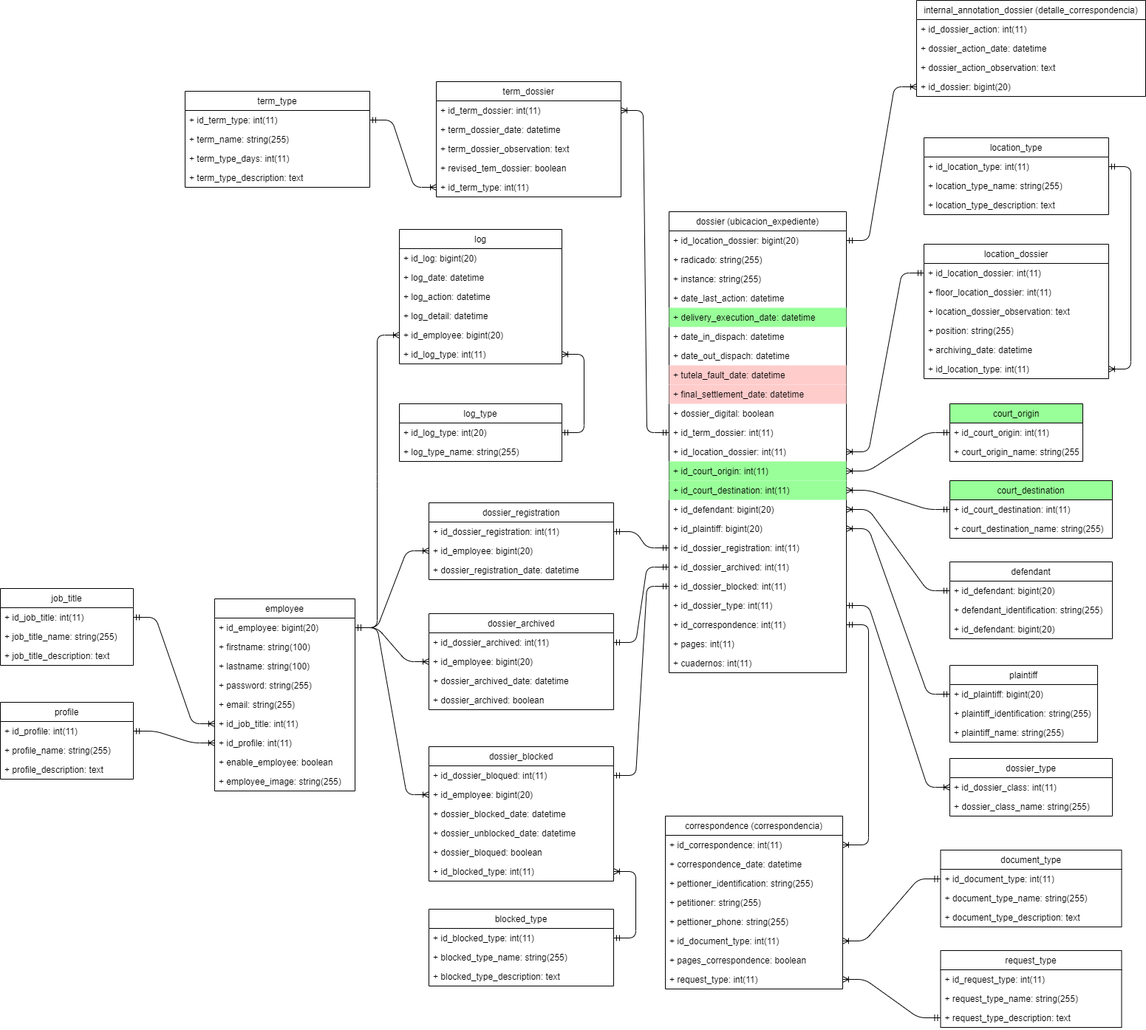
The draw.io diagram laborales/database/laborales.drawio.png in jonanv/ejecucion2, before a commit. Source tidied: cells renumbered, new cells last; positions are measured from the earlier drawing's top-left corner, leaving out a move shared by most shapes.
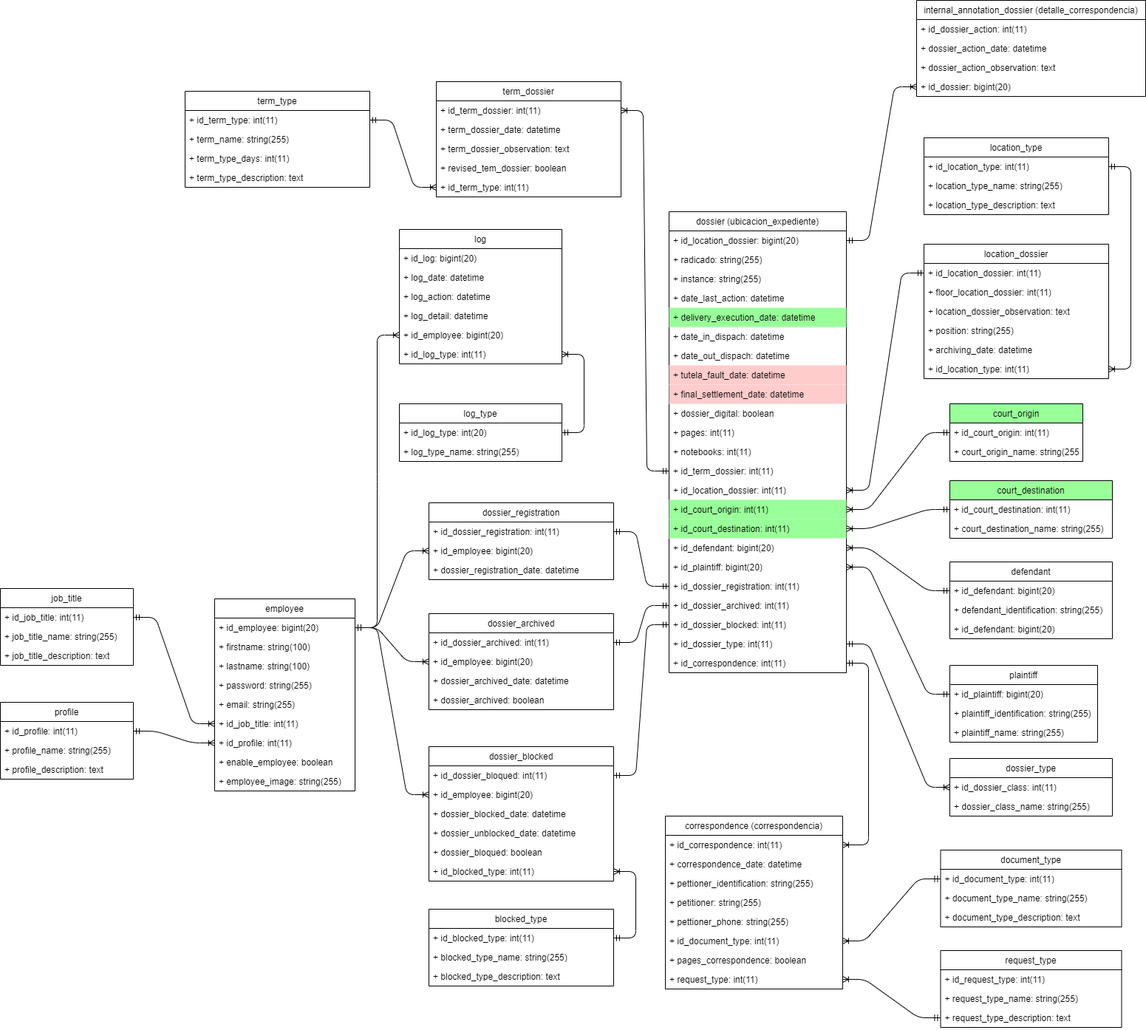
After the change.

The edit, as a diff of the source:
```diff
@@ -137,45 +137,45 @@
     <mxCell id="46" value="+ dossier_digital: boolean" style="text;strokeColor=none;fillColor=none;align=left;verticalAlign=top;spacingLeft=4;spacingRight=4;overflow=hidden;" parent="36" vertex="1">
       <mxGeometry y="260" width="240" height="26" as="geometry" />
     </mxCell>
+    <mxCell id="58" value="+ pages: int(11)" style="text;strokeColor=none;fillColor=none;align=left;verticalAlign=top;spacingLeft=4;spacingRight=4;overflow=hidden;" parent="36" vertex="1">
+      <mxGeometry y="286" width="240" height="26" as="geometry" />
+    </mxCell>
+    <mxCell id="59" value="+ notebooks: int(11)" style="text;strokeColor=none;fillColor=none;align=left;verticalAlign=top;spacingLeft=4;spacingRight=4;overflow=hidden;" parent="36" vertex="1">
+      <mxGeometry y="312" width="240" height="26" as="geometry" />
+    </mxCell>
     <mxCell id="47" value="+ id_term_dossier: int(11)" style="text;strokeColor=none;fillColor=none;align=left;verticalAlign=top;spacingLeft=4;spacingRight=4;overflow=hidden;points=[[0,0.5],[1,0.5]];portConstraint=eastwest;" parent="36" vertex="1">
-      <mxGeometry y="286" width="240" height="26" as="geometry" />
+      <mxGeometry y="338" width="240" height="26" as="geometry" />
     </mxCell>
     <mxCell id="48" value="+ id_location_dossier: int(11)" style="text;strokeColor=none;fillColor=none;align=left;verticalAlign=top;spacingLeft=4;spacingRight=4;overflow=hidden;points=[[0,0.5],[1,0.5]];portConstraint=eastwest;" parent="36" vertex="1">
-      <mxGeometry y="312" width="240" height="26" as="geometry" />
+      <mxGeometry y="364" width="240" height="26" as="geometry" />
     </mxCell>
     <mxCell id="49" value="+ id_court_origin: int(11)" style="text;strokeColor=none;fillColor=#99FF99;align=left;verticalAlign=top;spacingLeft=4;spacingRight=4;overflow=hidden;points=[[0,0.5],[1,0.5]];portConstraint=eastwest;" parent="36" vertex="1">
-      <mxGeometry y="338" width="240" height="26" as="geometry" />
+      <mxGeometry y="390" width="240" height="26" as="geometry" />
     </mxCell>
     <mxCell id="50" value="+ id_court_destination: int(11)" style="text;strokeColor=none;fillColor=#99FF99;align=left;verticalAlign=top;spacingLeft=4;spacingRight=4;overflow=hidden;points=[[0,0.5],[1,0.5]];portConstraint=eastwest;" parent="36" vertex="1">
-      <mxGeometry y="364" width="240" height="26" as="geometry" />
+      <mxGeometry y="416" width="240" height="26" as="geometry" />
     </mxCell>
     <mxCell id="51" value="+ id_defendant: bigint(20)" style="text;strokeColor=none;fillColor=none;align=left;verticalAlign=top;spacingLeft=4;spacingRight=4;overflow=hidden;points=[[0,0.5],[1,0.5]];portConstraint=eastwest;" parent="36" vertex="1">
-      <mxGeometry y="390" width="240" height="26" as="geometry" />
+      <mxGeometry y="442" width="240" height="26" as="geometry" />
     </mxCell>
     <mxCell id="52" value="+ id_plaintiff: bigint(20)" style="text;strokeColor=none;fillColor=none;align=left;verticalAlign=top;spacingLeft=4;spacingRight=4;overflow=hidden;points=[[0,0.5],[1,0.5]];portConstraint=eastwest;" parent="36" vertex="1">
-      <mxGeometry y="416" width="240" height="26" as="geometry" />
+      <mxGeometry y="468" width="240" height="26" as="geometry" />
     </mxCell>
     <mxCell id="53" value="+ id_dossier_registration: int(11)" style="text;strokeColor=none;fillColor=none;align=left;verticalAlign=top;spacingLeft=4;spacingRight=4;overflow=hidden;points=[[0,0.5],[1,0.5]];portConstraint=eastwest;" parent="36" vertex="1">
-      <mxGeometry y="442" width="240" height="26" as="geometry" />
+      <mxGeometry y="494" width="240" height="26" as="geometry" />
     </mxCell>
     <mxCell id="54" value="+ id_dossier_archived: int(11)" style="text;strokeColor=none;fillColor=none;align=left;verticalAlign=top;spacingLeft=4;spacingRight=4;overflow=hidden;points=[[0,0.5],[1,0.5]];portConstraint=eastwest;" parent="36" vertex="1">
-      <mxGeometry y="468" width="240" height="26" as="geometry" />
+      <mxGeometry y="520" width="240" height="26" as="geometry" />
     </mxCell>
     <mxCell id="55" value="+ id_dossier_blocked: int(11)" style="text;strokeColor=none;fillColor=none;align=left;verticalAlign=top;spacingLeft=4;spacingRight=4;overflow=hidden;points=[[0,0.5],[1,0.5]];portConstraint=eastwest;" parent="36" vertex="1">
-      <mxGeometry y="494" width="240" height="26" as="geometry" />
+      <mxGeometry y="546" width="240" height="26" as="geometry" />
     </mxCell>
     <mxCell id="56" value="+ id_dossier_type: int(11)" style="text;strokeColor=none;fillColor=none;align=left;verticalAlign=top;spacingLeft=4;spacingRight=4;overflow=hidden;points=[[0,0.5],[1,0.5]];portConstraint=eastwest;" parent="36" vertex="1">
-      <mxGeometry y="520" width="240" height="26" as="geometry" />
+      <mxGeometry y="572" width="240" height="26" as="geometry" />
     </mxCell>
     <mxCell id="57" value="+ id_correspondence: int(11)" style="text;strokeColor=none;fillColor=none;align=left;verticalAlign=top;spacingLeft=4;spacingRight=4;overflow=hidden;points=[[0,0.5],[1,0.5]];portConstraint=eastwest;" parent="36" vertex="1">
-      <mxGeometry y="546" width="240" height="26" as="geometry" />
+      <mxGeometry y="598" width="240" height="26" as="geometry" />
     </mxCell>
-    <mxCell id="58" value="+ pages: int(11)" style="text;strokeColor=none;fillColor=none;align=left;verticalAlign=top;spacingLeft=4;spacingRight=4;overflow=hidden;" parent="36" vertex="1">
-      <mxGeometry y="572" width="240" height="26" as="geometry" />
-    </mxCell>
-    <mxCell id="59" value="+ cuadernos: int(11)" style="text;strokeColor=none;fillColor=none;align=left;verticalAlign=top;spacingLeft=4;spacingRight=4;overflow=hidden;" parent="36" vertex="1">
-      <mxGeometry y="598" width="240" height="26" as="geometry" />
-    </mxCell>
     <mxCell id="60" style="edgeStyle=entityRelationEdgeStyle;fontSize=12;html=1;endArrow=ERoneToMany;startArrow=ERmandOne;" parent="1" edge="1" source="31" target="49">
       <mxGeometry relative="1" as="geometry" />
     </mxCell>
```
